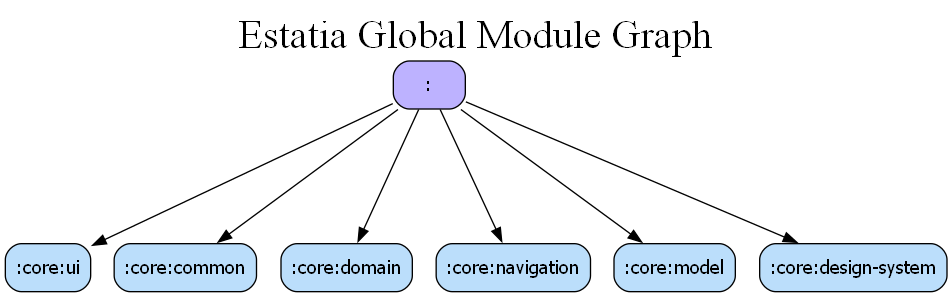
Above: docs/images/graph/global_module_graph.png in harrykibet/RealEstateApp-Android (Graphviz), before the change. Its source is kept beside it as docs/images/graph/global_module_graph.gv. Source of this version:
```dot
digraph {
  graph [label="Estatia Global Module Graph", labelloc=t, fontsize=30, ranksep=1.4];
  node [style=filled, fillcolor="#bbdefb", fontname="sans-serif", shape=box, style="rounded,filled"];
  ":" [fillcolor="#BDB2FF"];
  ":" -> ":core:ui"
  ":" -> ":core:common"
  ":" -> ":core:domain"
  ":" -> ":core:navigation"
  ":" -> ":core:model"
  ":" -> ":core:design-system"
}
```
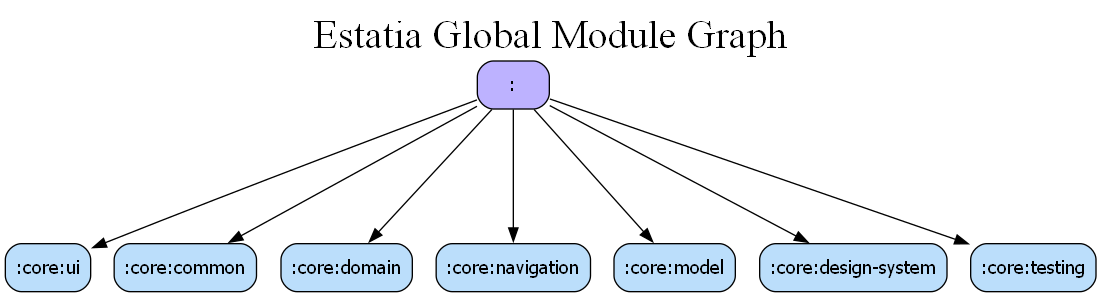
After the change.

The edit, as a diff of the source:
```diff
@@ -8,4 +8,5 @@
   ":" -> ":core:navigation"
   ":" -> ":core:model"
   ":" -> ":core:design-system"
+  ":" -> ":core:testing"
 }
```
